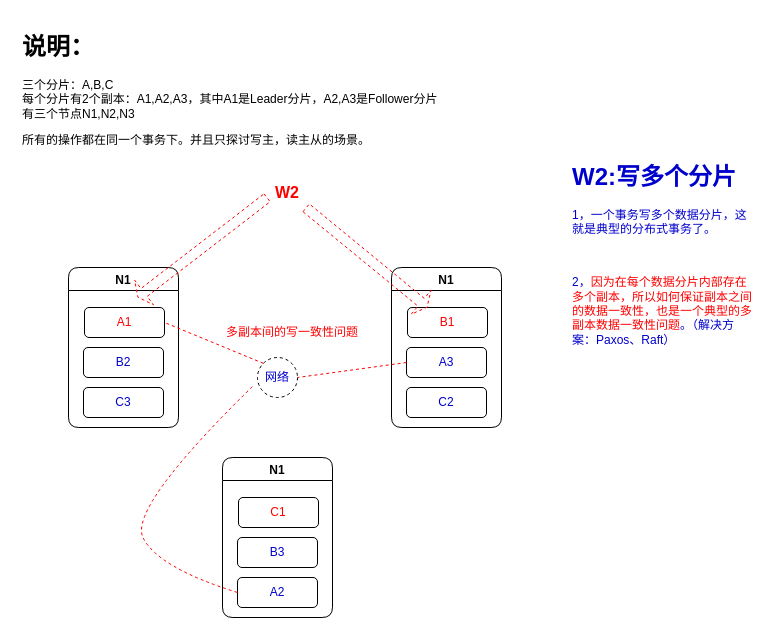
Before: page "第 2 页" (2 of 4) of 一致性问题.drawio in duosheng/draw-house, a draw.io diagram. Source tidied: cells renumbered, new cells numbered last; positions are measured from the earlier drawing's top-left corner, leaving out a move shared by most shapes. Both pictures are drawn from the tidied source at 100%, with x=0, y=0 at pixel (17, 27).
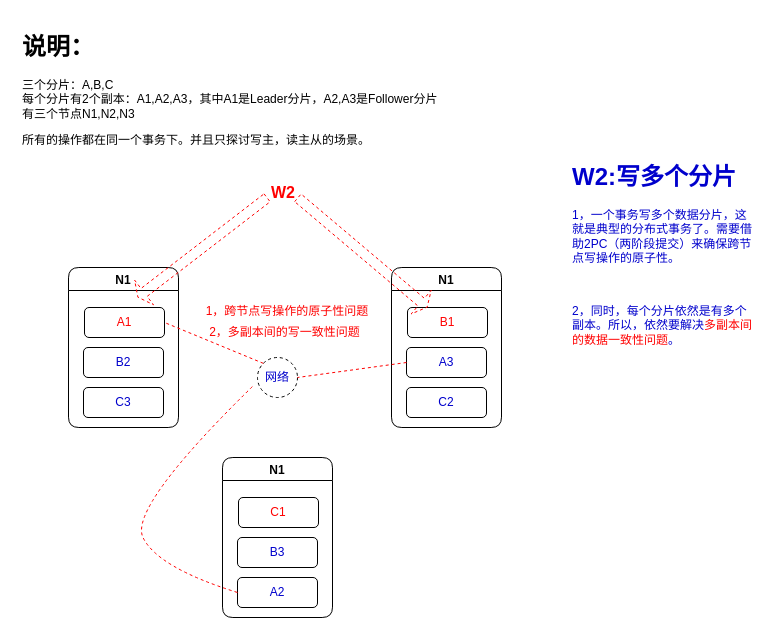
After the change.

Unchanged cells that the change refers to:
```xml
<mxCell id="8" value="&lt;font color=&quot;#ff0000&quot;&gt;B1&lt;/font&gt;" style="rounded=1;whiteSpace=wrap;html=1;" parent="7" vertex="1">
  <mxGeometry x="16" y="40" width="80" height="30" as="geometry" />
</mxCell>
```

Change to the diagram source:
```diff
@@
-    <mxCell id="19" value="&lt;h1&gt;W2:写多个分片&lt;/h1&gt;&lt;p&gt;1，一个事务写多个数据分片，这就是典型的分布式事务了。&lt;/p&gt;&lt;p&gt;&lt;br&gt;&lt;/p&gt;2，&lt;font color=&quot;#ff0000&quot;&gt;因为在每个数据分片内部存在多个副本，所以如何保证副本之间的数据一致性，也是一个典型的多副本数据一致性问题&lt;/font&gt;。（解决方案：Paxos、Raft）" style="text;html=1;strokeColor=none;fillColor=none;spacing=5;spacingTop=-20;whiteSpace=wrap;overflow=hidden;rounded=0;dashed=1;fontColor=#0000CC;" parent="1" vertex="1">
+    <mxCell id="19" value="&lt;h1&gt;W2:写多个分片&lt;/h1&gt;&lt;p&gt;1，一个事务写多个数据分片，这就是典型的分布式事务了。需要借助2PC（两阶段提交）来确保跨节点写操作的原子性。&lt;/p&gt;&lt;p&gt;&lt;br&gt;&lt;/p&gt;2，同时，每个分片依然是有多个副本。所以，依然要解决&lt;font color=&quot;#ff0000&quot;&gt;多副本间的数据一致性问题&lt;/font&gt;。" style="text;html=1;strokeColor=none;fillColor=none;spacing=5;spacingTop=-20;whiteSpace=wrap;overflow=hidden;rounded=0;dashed=1;fontColor=#0000CC;" parent="1" vertex="1">
       <mxGeometry x="550" y="130" width="190" height="260" as="geometry" />
     </mxCell>
     <mxCell id="20" value="&lt;b&gt;&lt;font color=&quot;#ff0000&quot; style=&quot;font-size: 16px&quot;&gt;W2&lt;/font&gt;&lt;/b&gt;" style="text;html=1;strokeColor=none;fillColor=none;align=center;verticalAlign=middle;whiteSpace=wrap;rounded=0;dashed=1;fontColor=#0000CC;" parent="1" vertex="1">
-      <mxGeometry x="240" y="150" width="60" height="30" as="geometry" />
+      <mxGeometry x="236" y="150" width="60" height="30" as="geometry" />
     </mxCell>
-    <mxCell id="21" value="&lt;font color=&quot;#ff0000&quot;&gt;多副本间的写一致性问题&lt;/font&gt;" style="text;html=1;strokeColor=none;fillColor=none;align=center;verticalAlign=middle;whiteSpace=wrap;rounded=0;" parent="1" vertex="1">
-      <mxGeometry x="205" y="290" width="140" height="30" as="geometry" />
+    <mxCell id="21" value="&lt;font color=&quot;#ff0000&quot;&gt;2，多副本间的写一致性问题&lt;/font&gt;" style="text;html=1;strokeColor=none;fillColor=none;align=center;verticalAlign=middle;whiteSpace=wrap;rounded=0;" parent="1" vertex="1">
+      <mxGeometry x="190" y="290" width="155" height="30" as="geometry" />
     </mxCell>
@@
-    <mxCell id="23" style="shape=flexArrow;endArrow=classic;html=1;rounded=0;fontColor=#FF0000;width=10;endSize=2.26;dashed=1;strokeColor=#FF0000;entryX=0.25;entryY=0;entryDx=0;entryDy=0;" parent="1" edge="1" source="20" target="8">
-      <mxGeometry relative="1" as="geometry" />
+    <mxCell id="23" style="shape=flexArrow;endArrow=classic;html=1;rounded=0;fontColor=#FF0000;width=10;endSize=2.26;dashed=1;strokeColor=#FF0000;entryX=0.25;entryY=0;entryDx=0;entryDy=0;" parent="1" edge="1" target="8">
+      <mxGeometry relative="1" as="geometry">
+        <mxPoint x="280" y="170" as="sourcePoint" />
+      </mxGeometry>
     </mxCell>
+    <mxCell id="24" value="&lt;font color=&quot;#ff0000&quot;&gt;1，跨节点写操作的原子性问题&lt;/font&gt;" style="text;html=1;strokeColor=none;fillColor=none;align=center;verticalAlign=middle;whiteSpace=wrap;rounded=0;" parent="1" vertex="1">
+      <mxGeometry x="180" y="269" width="180" height="30" as="geometry" />
+    </mxCell>
```
